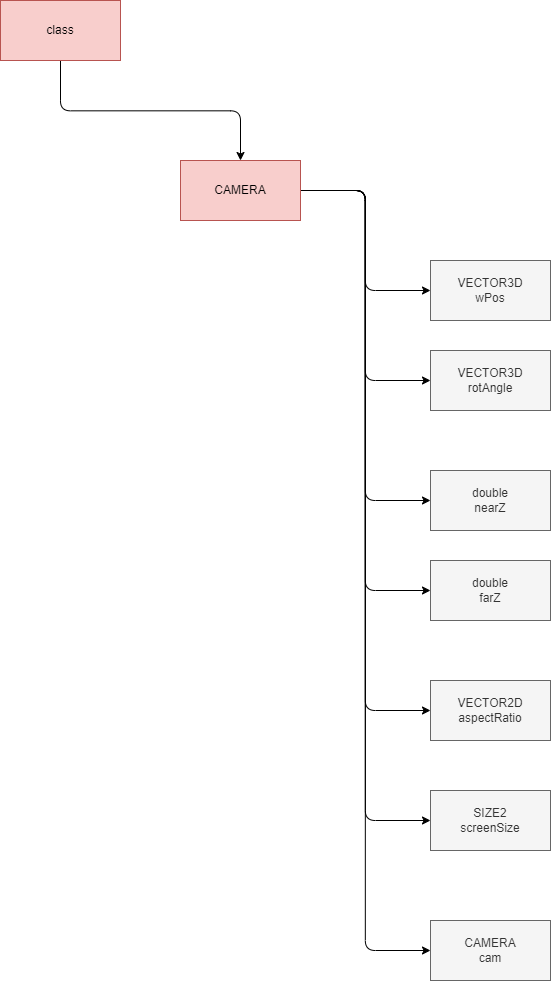
This is drawio/files/camera/h.drawio.png from Tanso-mct/GLPA, a draw.io export, as it was before one commit. Source tidied: cells renumbered, new cells last; positions are measured from the earlier drawing's top-left corner, leaving out a move shared by most shapes.
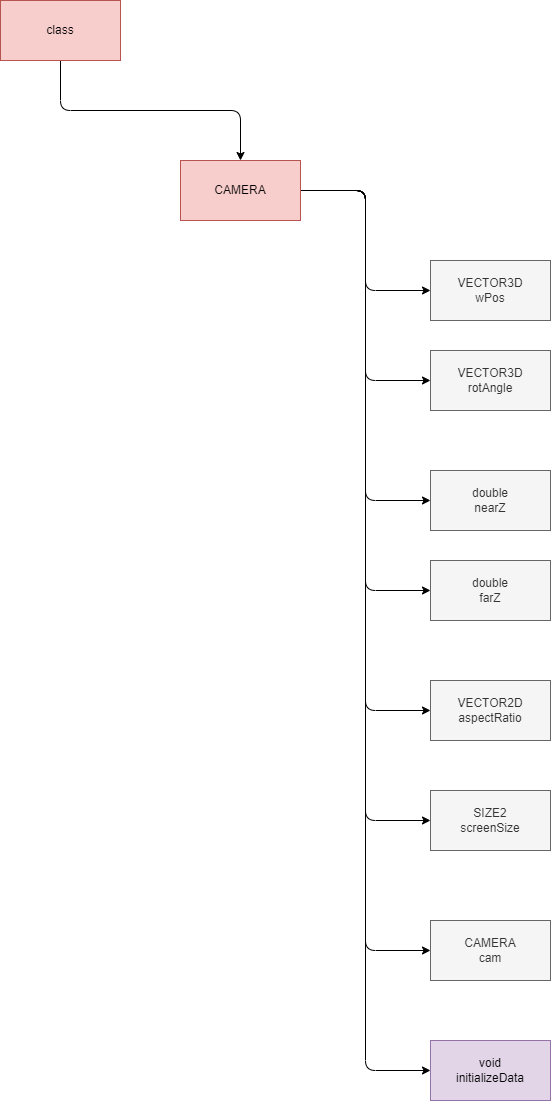
Above is the later version.

Diff of the diagram source:
```diff
@@ -29,6 +29,9 @@
     <mxCell id="10" style="edgeStyle=elbowEdgeStyle;html=1;" parent="1" edge="1" source="11" target="18">
       <mxGeometry relative="1" as="geometry" />
     </mxCell>
+    <mxCell id="19" style="edgeStyle=elbowEdgeStyle;html=1;" parent="1" edge="1" source="11" target="20">
+      <mxGeometry relative="1" as="geometry" />
+    </mxCell>
     <mxCell id="11" value="CAMERA" style="whiteSpace=wrap;html=1;strokeColor=#b85450;fontFamily=Helvetica;fontSize=12;fillColor=#f8cecc;" parent="1" vertex="1">
       <mxGeometry x="180" y="160" width="120" height="60" as="geometry" />
     </mxCell>
@@ -53,5 +56,8 @@
     <mxCell id="18" value="CAMERA&lt;br&gt;cam" style="whiteSpace=wrap;html=1;strokeColor=#666666;fontFamily=Helvetica;fontSize=12;fontColor=#333333;fillColor=#f5f5f5;" parent="1" vertex="1">
       <mxGeometry x="430" y="920" width="120" height="60" as="geometry" />
     </mxCell>
+    <mxCell id="20" value="void&lt;br&gt;initializeData" style="whiteSpace=wrap;html=1;strokeColor=#9673a6;fontFamily=Helvetica;fontSize=12;fillColor=#e1d5e7;" parent="1" vertex="1">
+      <mxGeometry x="430" y="1040" width="120" height="60" as="geometry" />
+    </mxCell>
   </root>
 </mxGraphModel>
```
